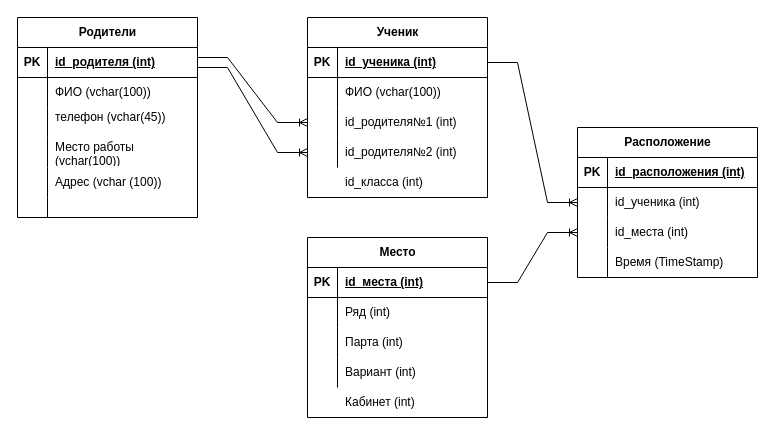
Above: page "Страница 1" (1 of 2) of DB_Seminar3.drawio in alexolhovskiy/BD_diagramma (draw.io), before the change. Source tidied: cells renumbered, new cells numbered last; positions are measured from the earlier drawing's top-left corner, leaving out a move shared by most shapes. Both pictures are drawn from the tidied source at 100%, with x=0, y=0 at pixel (17, 17).
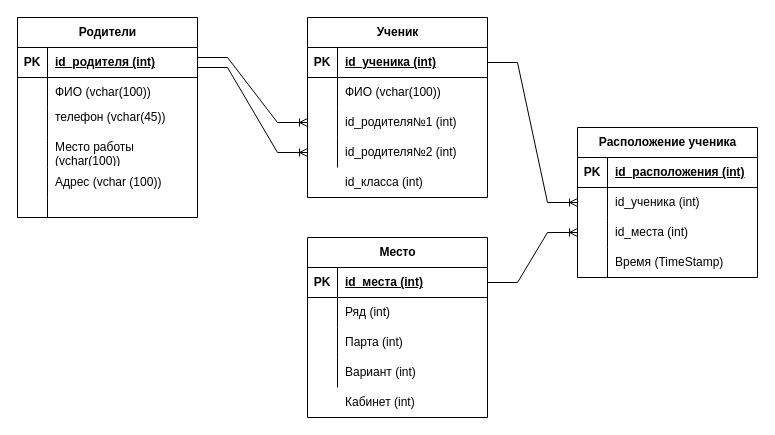
Above is the later version.

What changed in the source:
```diff
@@
-    <mxCell id="19" value="Расположение" style="shape=table;startSize=30;childLayout=tableLayout;rowLines=0;fontStyle=1;align=center;html=1;strokeColor=default;fontFamily=Helvetica;fontSize=12;fontColor=default;fillColor=default;" parent="1" vertex="1">
+    <mxCell id="19" value="Расположение ученика" style="shape=table;startSize=30;childLayout=tableLayout;rowLines=0;fontStyle=1;align=center;html=1;strokeColor=default;fontFamily=Helvetica;fontSize=12;fontColor=default;fillColor=default;" parent="1" vertex="1">
       <mxGeometry x="560" y="110" width="180" height="150" as="geometry" />
     </mxCell>
```
